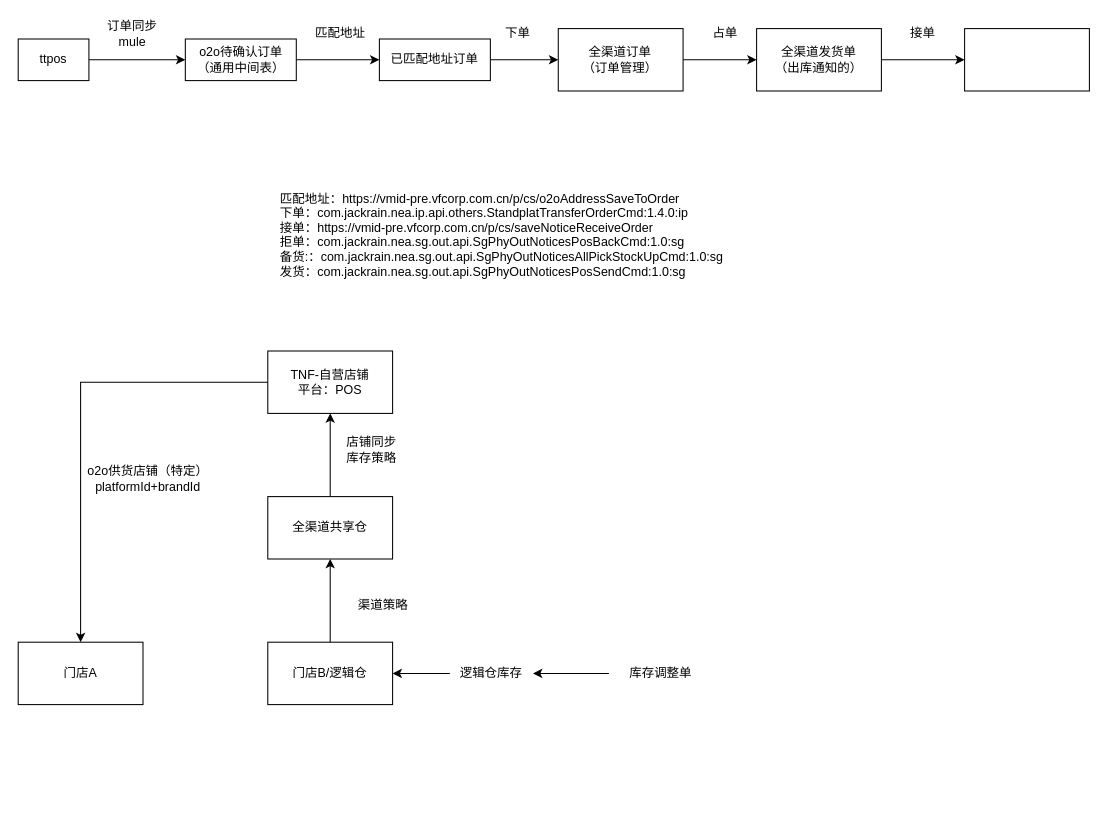
Before: VF/VMID/o2o_flow.drawio in yeahsyoung/diagram, a draw.io diagram. Source tidied: cells renumbered, new cells numbered last; positions are measured from the earlier drawing's top-left corner, leaving out a move shared by most shapes. Both pictures are drawn from the tidied source at 104%, with x=0, y=0 at pixel (18, 18).
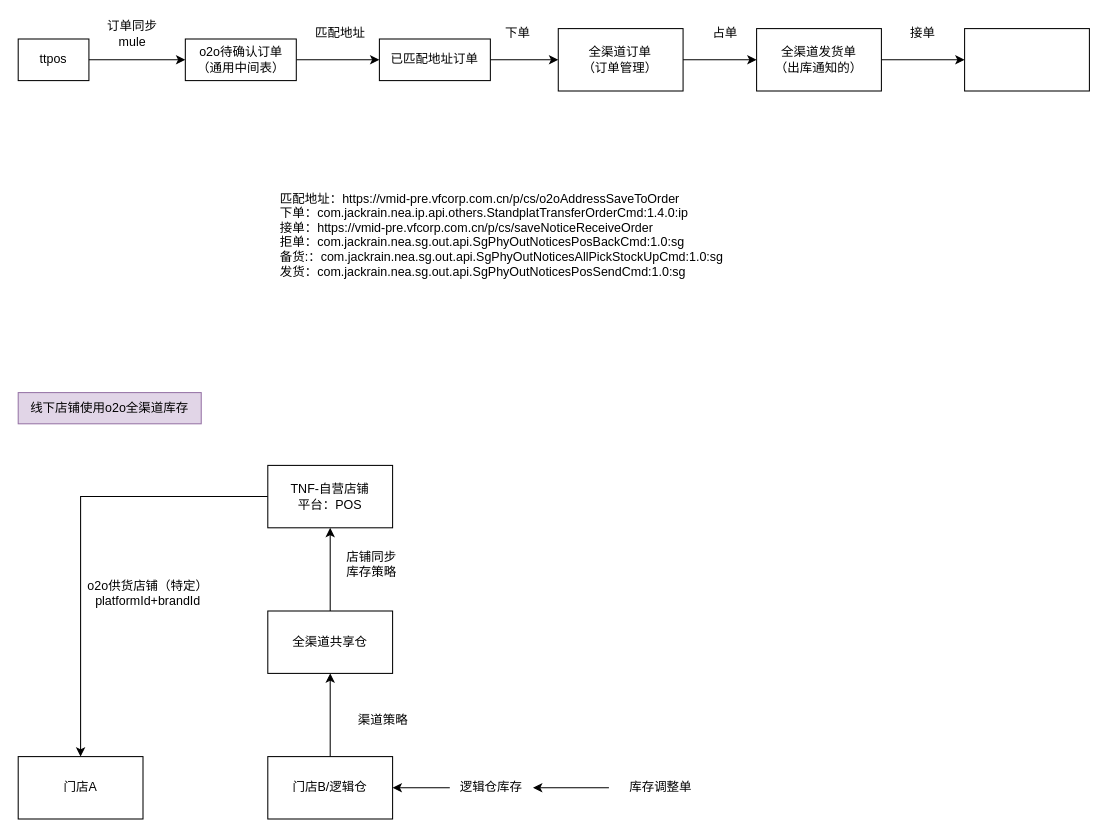
After the change.

Change to the diagram source:
```diff
@@
     <mxCell id="20" value="门店B/逻辑仓" style="rounded=0;whiteSpace=wrap;html=1;" parent="1" vertex="1">
-      <mxGeometry x="240" y="600" width="120" height="60" as="geometry" />
+      <mxGeometry x="240" y="710" width="120" height="60" as="geometry" />
     </mxCell>
@@
     <mxCell id="22" value="全渠道共享仓" style="rounded=0;whiteSpace=wrap;html=1;" parent="1" vertex="1">
-      <mxGeometry x="240" y="460" width="120" height="60" as="geometry" />
+      <mxGeometry x="240" y="570" width="120" height="60" as="geometry" />
     </mxCell>
@@
     <mxCell id="24" value="TNF-自营店铺&lt;div&gt;平台：POS&lt;/div&gt;" style="rounded=0;whiteSpace=wrap;html=1;" parent="1" vertex="1">
-      <mxGeometry x="240" y="320" width="120" height="60" as="geometry" />
+      <mxGeometry x="240" y="430" width="120" height="60" as="geometry" />
     </mxCell>
@@
     <mxCell id="26" value="逻辑仓库存" style="text;html=1;whiteSpace=wrap;strokeColor=none;fillColor=none;align=center;verticalAlign=middle;rounded=0;" parent="1" vertex="1">
-      <mxGeometry x="415" y="615" width="80" height="30" as="geometry" />
+      <mxGeometry x="415" y="725" width="80" height="30" as="geometry" />
     </mxCell>
@@
     <mxCell id="28" value="库存调整单" style="text;html=1;whiteSpace=wrap;strokeColor=none;fillColor=none;align=center;verticalAlign=middle;rounded=0;" parent="1" vertex="1">
-      <mxGeometry x="568" y="615" width="100" height="30" as="geometry" />
+      <mxGeometry x="568" y="725" width="100" height="30" as="geometry" />
     </mxCell>
     <mxCell id="29" value="渠道策略" style="text;html=1;whiteSpace=wrap;strokeColor=none;fillColor=none;align=center;verticalAlign=middle;rounded=0;" parent="1" vertex="1">
-      <mxGeometry x="320.7" y="550" width="60" height="30" as="geometry" />
+      <mxGeometry x="320.7" y="660" width="60" height="30" as="geometry" />
     </mxCell>
     <mxCell id="30" value="店铺同步库存策略" style="text;html=1;whiteSpace=wrap;strokeColor=none;fillColor=none;align=center;verticalAlign=middle;rounded=0;" parent="1" vertex="1">
-      <mxGeometry x="310" y="400" width="60" height="30" as="geometry" />
+      <mxGeometry x="310" y="510" width="60" height="30" as="geometry" />
     </mxCell>
     <mxCell id="31" value="门店A" style="whiteSpace=wrap;html=1;" parent="1" vertex="1">
-      <mxGeometry y="600" width="120" height="60" as="geometry" />
+      <mxGeometry y="710" width="120" height="60" as="geometry" />
     </mxCell>
     <mxCell id="32" value="o2o供货店铺（特定）&lt;div&gt;platformId+brandId&lt;/div&gt;" style="text;html=1;whiteSpace=wrap;strokeColor=none;fillColor=none;align=center;verticalAlign=middle;rounded=0;" parent="1" vertex="1">
-      <mxGeometry x="60" y="425" width="130" height="35" as="geometry" />
+      <mxGeometry x="60" y="535" width="130" height="35" as="geometry" />
     </mxCell>
+    <mxCell id="33" value="线下店铺使用o2o全渠道库存" style="text;html=1;whiteSpace=wrap;strokeColor=#9673a6;fillColor=#e1d5e7;align=center;verticalAlign=middle;rounded=0;" parent="1" vertex="1">
+      <mxGeometry y="360" width="176" height="30" as="geometry" />
+    </mxCell>
```
